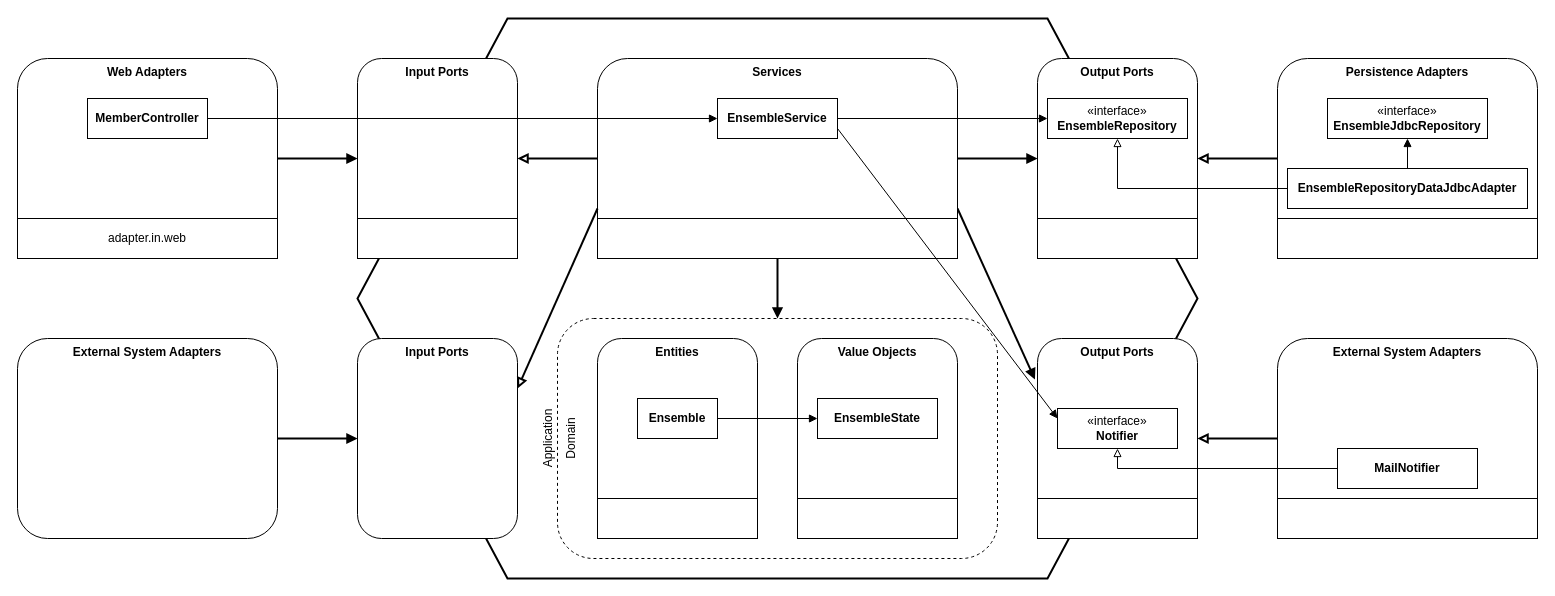
Above: oefeningen/les-3/lesprogramma/3_complete_app/3a_packages/jouw_uitwerking.drawio in AIM-ENE/doex-opdracht-4 (draw.io), before the change. Source tidied: cells renumbered, new cells numbered last; positions are measured from the earlier drawing's top-left corner, leaving out a move shared by most shapes. Both pictures are drawn from the tidied source at 100%, with x=0, y=0 at pixel (17, 18).
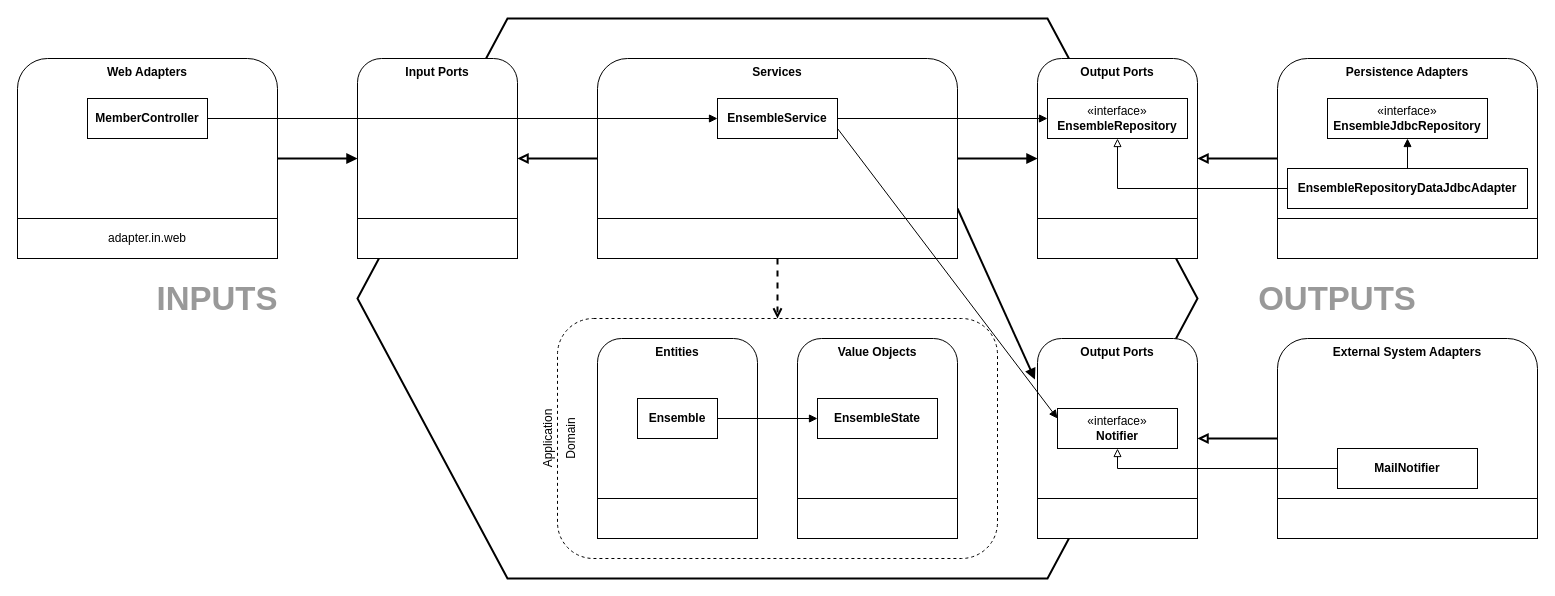
Above is the later version.

Unchanged cells that the change refers to:
```xml
<mxCell id="2" style="group;" parent="1" vertex="1">
  <mxGeometry width="1520" height="560" as="geometry" />
</mxCell>
<mxCell id="11" style="rounded=1;whiteSpace=wrap;html=1;fillColor=none;dashed=1;" parent="2" vertex="1">
  <mxGeometry x="540" y="300" width="440" height="240" as="geometry" />
</mxCell>
<mxCell id="20" value="&lt;b&gt;Services&lt;/b&gt;" style="rounded=1;whiteSpace=wrap;html=1;verticalAlign=top;" parent="2" vertex="1">
  <mxGeometry x="580" y="40" width="360" height="200" as="geometry" />
</mxCell>
```

Diff of the diagram source:
```diff
@@
-    <mxCell id="3" style="endArrow=block;html=1;rounded=0;strokeWidth=2;endFill=1;entryX=0;entryY=0.5;entryDx=0;entryDy=0;exitX=1;exitY=0.5;exitDx=0;exitDy=0;" parent="2" edge="1" source="26" target="25">
-      <mxGeometry relative="1" as="geometry" />
-    </mxCell>
@@
-    <mxCell id="21" style="endArrow=block;html=1;rounded=0;strokeWidth=2;endFill=1;exitX=0.5;exitY=1;exitDx=0;exitDy=0;entryX=0.5;entryY=0;entryDx=0;entryDy=0;" parent="2" edge="1" source="20" target="11">
+    <mxCell id="21" style="endArrow=open;html=1;rounded=0;strokeWidth=2;endFill=0;exitX=0.5;exitY=1;exitDx=0;exitDy=0;entryX=0.5;entryY=0;entryDx=0;entryDy=0;dashed=1;" parent="2" edge="1" source="20" target="11">
       <mxGeometry relative="1" as="geometry" />
     </mxCell>
@@
-    <mxCell id="25" value="&lt;b&gt;Input Ports&lt;/b&gt;" style="html=1;whiteSpace=wrap;rounded=1;horizontal=1;verticalAlign=top;" parent="2" vertex="1">
-      <mxGeometry x="340" y="320" width="160" height="200" as="geometry" />
-    </mxCell>
-    <mxCell id="26" value="&lt;b&gt;External System Adapters&lt;/b&gt;" style="html=1;whiteSpace=wrap;rounded=1;horizontal=1;verticalAlign=top;" parent="2" vertex="1">
-      <mxGeometry y="320" width="260" height="200" as="geometry" />
-    </mxCell>
-    <mxCell id="27" style="endArrow=block;html=1;rounded=0;strokeWidth=2;endFill=0;exitX=0;exitY=0.75;exitDx=0;exitDy=0;entryX=1;entryY=0.25;entryDx=0;entryDy=0;" parent="2" edge="1" source="20" target="25">
-      <mxGeometry relative="1" as="geometry" />
-    </mxCell>
+    <mxCell id="54" value="&lt;font style=&quot;font-size: 33px; font-style: normal;&quot;&gt;INPUTS&lt;/font&gt;" style="text;html=1;align=center;verticalAlign=middle;whiteSpace=wrap;rounded=0;fontStyle=3;fontColor=#999999;labelBackgroundColor=none;textShadow=0;" parent="2" vertex="1">
+      <mxGeometry x="100" y="240" width="200" height="80" as="geometry" />
+    </mxCell>
+    <mxCell id="55" value="&lt;font style=&quot;font-size: 33px; font-style: normal;&quot;&gt;OUTPUTS&lt;/font&gt;" style="text;html=1;align=center;verticalAlign=middle;whiteSpace=wrap;rounded=0;fontStyle=3;fontColor=#999999;labelBackgroundColor=none;textShadow=0;" parent="2" vertex="1">
+      <mxGeometry x="1220" y="240" width="200" height="80" as="geometry" />
+    </mxCell>
```
